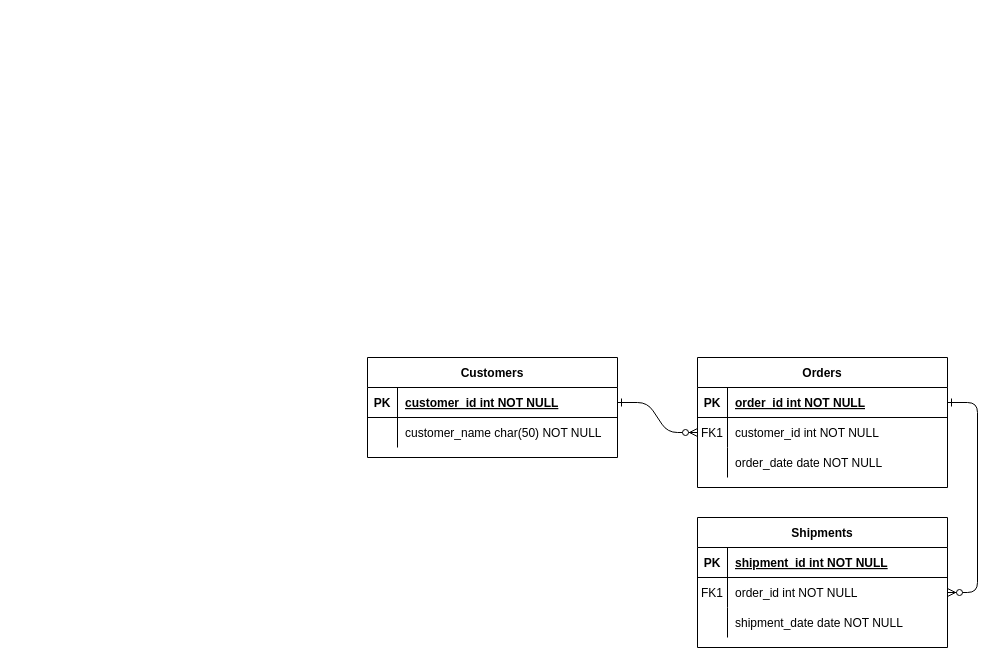
Earlier version of the draw.io diagram HK_DataModel.drawio (Maxxpower/aop_diagrams). Source tidied: cells renumbered, new cells numbered last; positions are measured from the earlier drawing's top-left corner, leaving out a move shared by most shapes. Both pictures are drawn from the tidied source at 100%, with x=0, y=0 at pixel (367, 357).
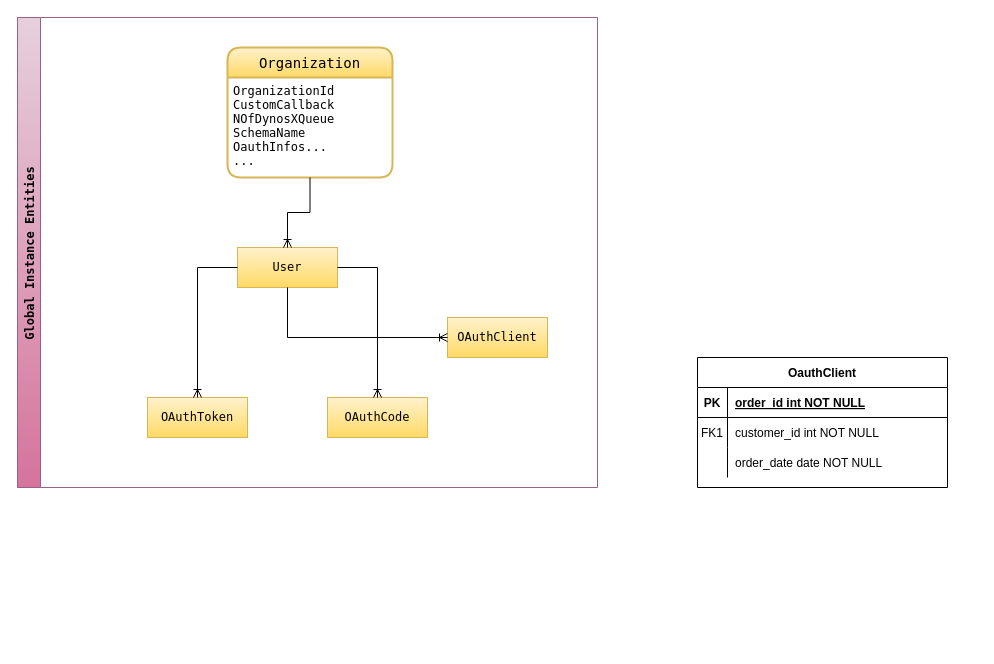
The same diagram, later.

The change refers to these unchanged cells:
```xml
<mxCell id="5" style="shape=partialRectangle;fillColor=none;points=[[0,0.5],[1,0.5]];portConstraint=eastwest;top=0;left=0;right=0;bottom=1;" parent="4" vertex="1">
  <mxGeometry y="30" width="250" height="30" as="geometry" />
</mxCell>
<mxCell id="8" style="shape=partialRectangle;fillColor=none;points=[[0,0.5],[1,0.5]];portConstraint=eastwest;top=0;left=0;right=0;bottom=0;" parent="4" vertex="1">
  <mxGeometry y="60" width="250" height="30" as="geometry" />
</mxCell>
```

Change to the diagram source:
```diff
@@
-    <mxCell id="2" style="edgeStyle=entityRelationEdgeStyle;endArrow=ERzeroToMany;startArrow=ERone;endFill=1;startFill=0;" parent="1" edge="1" source="25" target="8">
-      <mxGeometry relative="1" as="geometry" />
-    </mxCell>
-    <mxCell id="3" style="edgeStyle=entityRelationEdgeStyle;endArrow=ERzeroToMany;startArrow=ERone;endFill=1;startFill=0;" parent="1" edge="1" source="5" target="18">
-      <mxGeometry relative="1" as="geometry" />
-    </mxCell>
-    <mxCell id="4" value="Orders" style="shape=table;startSize=30;childLayout=tableLayout;rowLines=0;fontStyle=1;align=center;" parent="1" vertex="1">
+    <mxCell id="4" value="OauthClient" style="shape=table;startSize=30;childLayout=tableLayout;rowLines=0;fontStyle=1;align=center;" parent="1" vertex="1">
       <mxGeometry x="330" width="250" height="130" as="geometry" />
     </mxCell>
@@
-    <mxCell id="14" value="Shipments" style="shape=table;startSize=30;childLayout=tableLayout;rowLines=0;fontStyle=1;align=center;" parent="1" vertex="1">
-      <mxGeometry x="330" y="160" width="250" height="130" as="geometry" />
-    </mxCell>
-    <mxCell id="15" style="shape=partialRectangle;fillColor=none;top=0;left=0;right=0;bottom=1;" parent="14" vertex="1">
-      <mxGeometry y="30" width="250" height="30" as="geometry" />
-    </mxCell>
-    <mxCell id="16" value="PK" style="shape=partialRectangle;overflow=hidden;fillColor=none;top=0;left=0;bottom=0;right=0;fontStyle=1;" parent="15" vertex="1">
-      <mxGeometry width="30" height="30" as="geometry" />
-    </mxCell>
-    <mxCell id="17" value="shipment_id int NOT NULL " style="shape=partialRectangle;overflow=hidden;fillColor=none;top=0;left=0;bottom=0;right=0;align=left;spacingLeft=6;fontStyle=5;" parent="15" vertex="1">
-      <mxGeometry x="30" width="220" height="30" as="geometry" />
-    </mxCell>
-    <mxCell id="18" style="shape=partialRectangle;fillColor=none;points=[[0,0.5],[1,0.5]];portConstraint=eastwest;top=0;left=0;right=0;bottom=0;" parent="14" vertex="1">
-      <mxGeometry y="60" width="250" height="30" as="geometry" />
-    </mxCell>
-    <mxCell id="19" value="FK1" style="shape=partialRectangle;overflow=hidden;fillColor=none;top=0;left=0;bottom=0;right=0;" parent="18" vertex="1">
-      <mxGeometry width="30" height="30" as="geometry" />
-    </mxCell>
-    <mxCell id="20" value="order_id int NOT NULL" style="shape=partialRectangle;overflow=hidden;fillColor=none;top=0;left=0;bottom=0;right=0;align=left;spacingLeft=6;" parent="18" vertex="1">
-      <mxGeometry x="30" width="220" height="30" as="geometry" />
-    </mxCell>
-    <mxCell id="21" style="shape=partialRectangle;fillColor=none;top=0;left=0;right=0;bottom=0;" parent="14" vertex="1">
-      <mxGeometry y="90" width="250" height="30" as="geometry" />
-    </mxCell>
-    <mxCell id="22" style="shape=partialRectangle;overflow=hidden;fillColor=none;top=0;left=0;bottom=0;right=0;" parent="21" vertex="1">
-      <mxGeometry width="30" height="30" as="geometry" />
-    </mxCell>
-    <mxCell id="23" value="shipment_date date NOT NULL" style="shape=partialRectangle;overflow=hidden;fillColor=none;top=0;left=0;bottom=0;right=0;align=left;spacingLeft=6;" parent="21" vertex="1">
-      <mxGeometry x="30" width="220" height="30" as="geometry" />
-    </mxCell>
-    <mxCell id="24" value="Customers" style="shape=table;startSize=30;childLayout=tableLayout;rowLines=0;fontStyle=1;align=center;" parent="1" vertex="1">
-      <mxGeometry width="250" height="100" as="geometry" />
-    </mxCell>
-    <mxCell id="25" style="shape=partialRectangle;fillColor=none;points=[[0,0.5],[1,0.5]];portConstraint=eastwest;top=0;left=0;right=0;bottom=1;" parent="24" vertex="1">
-      <mxGeometry y="30" width="250" height="30" as="geometry" />
-    </mxCell>
-    <mxCell id="26" value="PK" style="shape=partialRectangle;overflow=hidden;fillColor=none;top=0;left=0;bottom=0;right=0;fontStyle=1;" parent="25" vertex="1">
-      <mxGeometry width="30" height="30" as="geometry" />
-    </mxCell>
-    <mxCell id="27" value="customer_id int NOT NULL " style="shape=partialRectangle;overflow=hidden;fillColor=none;top=0;left=0;bottom=0;right=0;align=left;spacingLeft=6;fontStyle=5;" parent="25" vertex="1">
-      <mxGeometry x="30" width="220" height="30" as="geometry" />
-    </mxCell>
-    <mxCell id="28" style="shape=partialRectangle;fillColor=none;top=0;left=0;right=0;bottom=0;" parent="24" vertex="1">
-      <mxGeometry y="60" width="250" height="30" as="geometry" />
-    </mxCell>
-    <mxCell id="29" style="shape=partialRectangle;overflow=hidden;fillColor=none;top=0;left=0;bottom=0;right=0;" parent="28" vertex="1">
-      <mxGeometry width="30" height="30" as="geometry" />
-    </mxCell>
-    <mxCell id="30" value="customer_name char(50) NOT NULL" style="shape=partialRectangle;overflow=hidden;fillColor=none;top=0;left=0;bottom=0;right=0;align=left;spacingLeft=6;" parent="28" vertex="1">
-      <mxGeometry x="30" width="220" height="30" as="geometry" />
-    </mxCell>
+    <mxCell id="31" value="Global Instance Entities" style="swimlane;horizontal=0;fillColor=#e6d0de;gradientColor=#d5739d;strokeColor=#996185;fontFamily=Lucida Console;" parent="1" vertex="1">
+      <mxGeometry x="-350" y="-340" width="580" height="470" as="geometry" />
+    </mxCell>
+    <mxCell id="32" style="group;" parent="31" vertex="1">
+      <mxGeometry x="130" y="230" width="400" height="190" as="geometry" />
+    </mxCell>
+    <mxCell id="33" value="&lt;font face=&quot;Lucida Console&quot;&gt;OAuthClient&lt;/font&gt;" style="whiteSpace=wrap;html=1;align=center;fillColor=#fff2cc;strokeColor=#d6b656;gradientColor=#ffd966;" parent="32" vertex="1">
+      <mxGeometry x="300" y="70" width="100" height="40" as="geometry" />
+    </mxCell>
+    <mxCell id="34" value="&lt;font face=&quot;Lucida Console&quot;&gt;User&lt;/font&gt;" style="whiteSpace=wrap;html=1;align=center;fillColor=#fff2cc;strokeColor=#d6b656;gradientColor=#ffd966;" parent="32" vertex="1">
+      <mxGeometry x="90" width="100" height="40" as="geometry" />
+    </mxCell>
+    <mxCell id="35" style="edgeStyle=orthogonalEdgeStyle;rounded=0;jettySize=auto;html=1;exitX=0.5;exitY=1;exitDx=0;exitDy=0;entryX=0;entryY=0.5;entryDx=0;entryDy=0;endArrow=ERoneToMany;endFill=0;" parent="32" edge="1" source="34" target="33">
+      <mxGeometry relative="1" as="geometry" />
+    </mxCell>
+    <mxCell id="36" style="group;" parent="32" vertex="1">
+      <mxGeometry y="150" width="280" height="40" as="geometry" />
+    </mxCell>
+    <mxCell id="37" value="&lt;font face=&quot;Lucida Console&quot;&gt;OAuthCode&lt;/font&gt;" style="whiteSpace=wrap;html=1;align=center;fillColor=#fff2cc;strokeColor=#d6b656;gradientColor=#ffd966;" parent="36" vertex="1">
+      <mxGeometry x="180" width="100" height="40" as="geometry" />
+    </mxCell>
+    <mxCell id="38" value="&lt;font face=&quot;Lucida Console&quot;&gt;OAuthToken&lt;/font&gt;" style="whiteSpace=wrap;html=1;align=center;fillColor=#fff2cc;strokeColor=#d6b656;gradientColor=#ffd966;" parent="36" vertex="1">
+      <mxGeometry width="100" height="40" as="geometry" />
+    </mxCell>
+    <mxCell id="39" style="edgeStyle=orthogonalEdgeStyle;rounded=0;jettySize=auto;html=1;exitX=1;exitY=0.5;exitDx=0;exitDy=0;entryX=0.5;entryY=0;entryDx=0;entryDy=0;endArrow=ERoneToMany;endFill=0;" parent="32" edge="1" source="34" target="37">
+      <mxGeometry relative="1" as="geometry" />
+    </mxCell>
+    <mxCell id="40" style="edgeStyle=orthogonalEdgeStyle;rounded=0;jettySize=auto;html=1;exitX=0;exitY=0.5;exitDx=0;exitDy=0;entryX=0.5;entryY=0;entryDx=0;entryDy=0;endArrow=ERoneToMany;endFill=0;" parent="32" edge="1" source="34" target="38">
+      <mxGeometry relative="1" as="geometry" />
+    </mxCell>
+    <mxCell id="41" style="shape=partialRectangle;fillColor=none;top=0;left=0;bottom=0;right=0;overflow=hidden;fontFamily=Lucida Console;" parent="31" vertex="1">
+      <mxGeometry x="195" y="190" width="30" height="30" as="geometry" />
+    </mxCell>
+    <mxCell id="42" value="Organization" style="swimlane;horizontal=1;startSize=30;rounded=1;fontSize=14;fontStyle=0;strokeWidth=2;shadow=0;dashed=0;align=center;fontFamily=Lucida Console;fillColor=#fff2cc;gradientColor=#ffd966;strokeColor=#d6b656;" parent="31" vertex="1">
+      <mxGeometry x="210" y="30" width="165" height="130" as="geometry" />
+    </mxCell>
+    <mxCell id="43" value="OrganizationId&#10;CustomCallback&#10;NOfDynosXQueue&#10;SchemaName&#10;OauthInfos...&#10;..." style="align=left;strokeColor=none;fillColor=none;spacingLeft=4;fontSize=12;verticalAlign=top;fontFamily=Lucida Console;" parent="42" vertex="1">
+      <mxGeometry y="30" width="165" height="100" as="geometry" />
+    </mxCell>
+    <mxCell id="44" style="edgeStyle=orthogonalEdgeStyle;rounded=0;jettySize=auto;html=1;exitX=0.5;exitY=1;exitDx=0;exitDy=0;entryX=0.5;entryY=0;entryDx=0;entryDy=0;endArrow=ERoneToMany;endFill=0;" parent="31" edge="1" source="43" target="34">
+      <mxGeometry relative="1" as="geometry" />
+    </mxCell>
```
